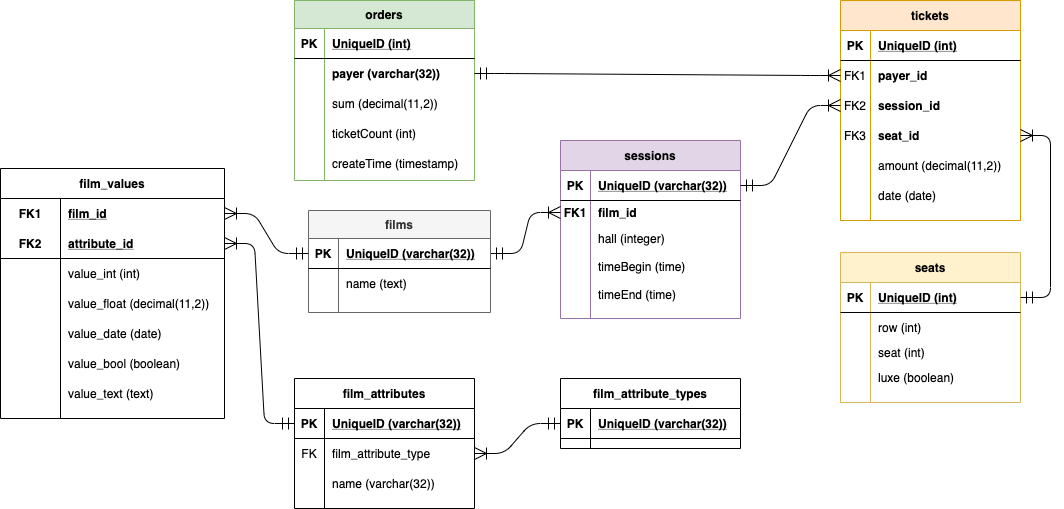
The draw.io diagram DatabaseLogic.png in otusteamedu/PHP_2024, before a commit. Source tidied: cells renumbered, new cells last; positions are measured from the earlier drawing's top-left corner, leaving out a move shared by most shapes.
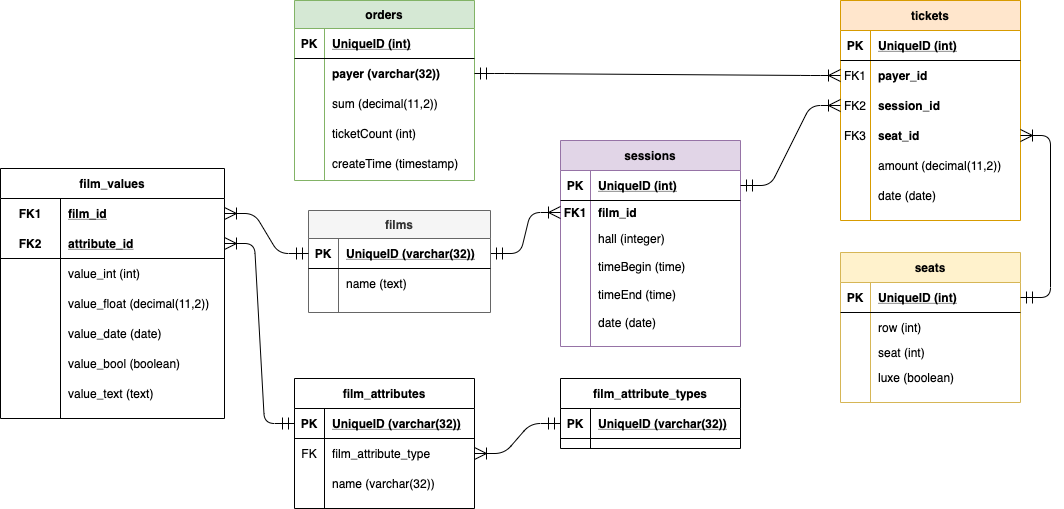
After the change.

Change to the diagram source:
```diff
@@ -90,7 +90,7 @@
       <mxGeometry x="30" width="150" height="30" as="geometry" />
     </mxCell>
     <mxCell id="31" value="sessions" style="shape=table;startSize=30;rowLines=0;fontStyle=1;align=center;shadow=0;fillColor=#e1d5e7;strokeColor=#9673a6;" parent="1" vertex="1">
-      <mxGeometry x="560" y="140" width="180" height="178" as="geometry" />
+      <mxGeometry x="560" y="140" width="180" height="206" as="geometry" />
     </mxCell>
     <mxCell id="32" style="shape=partialRectangle;fillColor=none;top=0;left=0;bottom=1;right=0;points=[[0,0.5],[1,0.5]];portConstraint=eastwest;" parent="31" vertex="1">
       <mxGeometry y="30" width="180" height="30" as="geometry" />
@@ -98,7 +98,7 @@
     <mxCell id="33" value="PK" style="shape=partialRectangle;fillColor=none;top=0;left=0;bottom=0;right=0;fontStyle=1;overflow=hidden;" parent="32" vertex="1">
       <mxGeometry width="30" height="30" as="geometry" />
     </mxCell>
-    <mxCell id="34" value="UniqueID (varchar(32))" style="shape=partialRectangle;fillColor=none;top=0;left=0;bottom=0;right=0;align=left;spacingLeft=6;fontStyle=5;overflow=hidden;" parent="32" vertex="1">
+    <mxCell id="34" value="UniqueID (int)" style="shape=partialRectangle;fillColor=none;top=0;left=0;bottom=0;right=0;align=left;spacingLeft=6;fontStyle=5;overflow=hidden;" parent="32" vertex="1">
       <mxGeometry x="30" width="150" height="30" as="geometry" />
     </mxCell>
     <mxCell id="35" style="shape=partialRectangle;fillColor=none;top=0;left=0;bottom=0;right=0;points=[[0,0.5],[1,0.5]];portConstraint=eastwest;" parent="31" vertex="1">
@@ -137,6 +137,15 @@
     <mxCell id="46" value="timeEnd (time)" style="shape=partialRectangle;fillColor=none;top=0;left=0;bottom=0;right=0;align=left;spacingLeft=6;overflow=hidden;" parent="44" vertex="1">
       <mxGeometry x="30" width="150" height="28" as="geometry" />
     </mxCell>
+    <mxCell id="116" style="shape=partialRectangle;fillColor=none;top=0;left=0;bottom=0;right=0;" parent="31" vertex="1">
+      <mxGeometry y="168" width="180" height="28" as="geometry" />
+    </mxCell>
+    <mxCell id="117" style="shape=partialRectangle;fillColor=none;top=0;left=0;bottom=0;right=0;overflow=hidden;" parent="116" vertex="1">
+      <mxGeometry width="30" height="28" as="geometry" />
+    </mxCell>
+    <mxCell id="118" value="date (date)" style="shape=partialRectangle;fillColor=none;top=0;left=0;bottom=0;right=0;align=left;spacingLeft=6;overflow=hidden;" parent="116" vertex="1">
+      <mxGeometry x="30" width="150" height="28" as="geometry" />
+    </mxCell>
     <mxCell id="47" value="tickets" style="shape=table;startSize=30;rowLines=0;fontStyle=1;align=center;shadow=0;fillColor=#ffe6cc;strokeColor=#d79b00;" parent="1" vertex="1">
       <mxGeometry x="840" width="180" height="220" as="geometry" />
     </mxCell>
```
